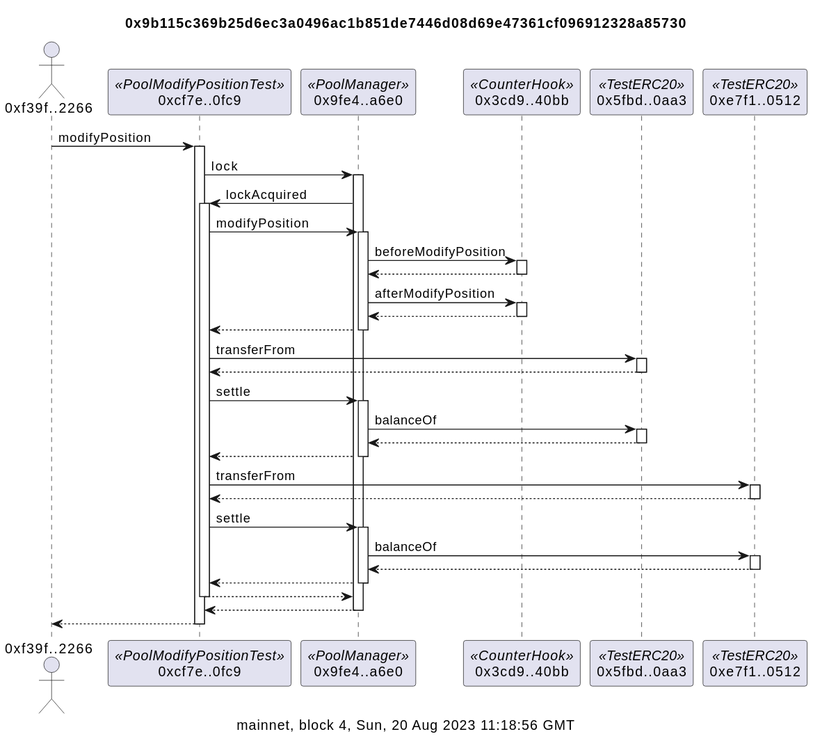
The PlantUML diagram docs/counterModifySummary.svg in naddison36/uniswap-v4-hooks, before a commit.
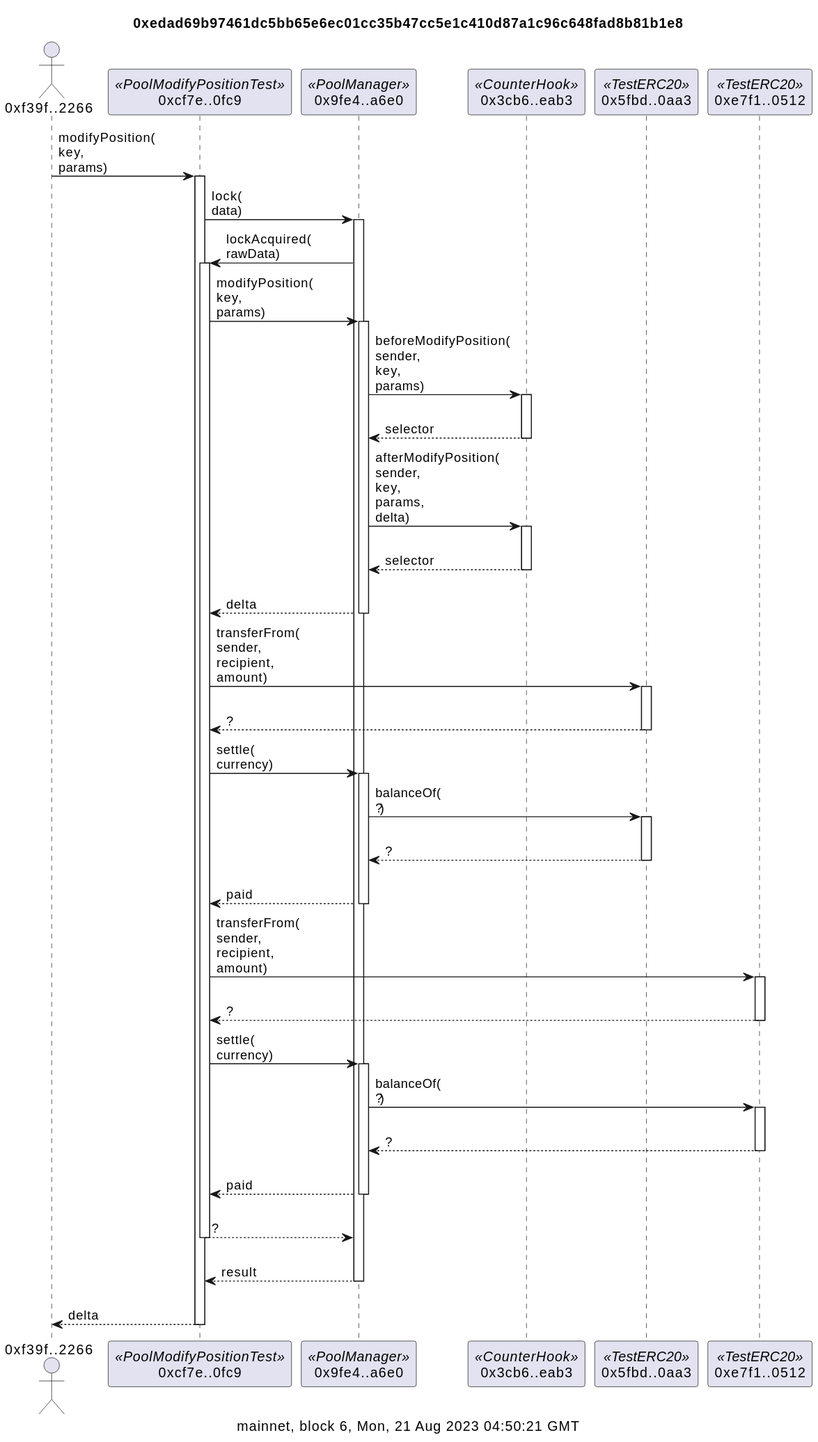
After the change.

Diff of the diagram source:
```diff
@@ -1,48 +1,48 @@
 @startuml
-title 0x9b115c369b25d6ec3a0496ac1b851de7446d08d69e47361cf096912328a85730
+title 0xedad69b97461dc5bb65e6ec01cc35b47cc5e1c410d87a1c96c648fad8b81b1e8
 
-caption mainnet, block 4, Sun, 20 Aug 2023 11:18:56 GMT
+caption mainnet, block 6, Mon, 21 Aug 2023 04:50:21 GMT
 actor "0xf39f..2266" as f39f2266
 participant "0xcf7e..0fc9" as cf7e0fc9 <<PoolModifyPositionTest>>
 participant "0x9fe4..a6e0" as 9fe4a6e0 <<PoolManager>>
-participant "0x3cd9..40bb" as 3cd940bb <<CounterHook>>
+participant "0x3cb6..eab3" as 3cb6eab3 <<CounterHook>>
 participant "0x5fbd..0aa3" as 5fbd0aa3 <<TestERC20>>
 participant "0xe7f1..0512" as e7f10512 <<TestERC20>>
 
-f39f2266 -> cf7e0fc9: modifyPosition
+f39f2266 -> cf7e0fc9: modifyPosition(\nkey,\nparams)
 activate cf7e0fc9
-cf7e0fc9 -> 9fe4a6e0: lock
+cf7e0fc9 -> 9fe4a6e0: lock(\ndata)
 activate 9fe4a6e0
-9fe4a6e0 -> cf7e0fc9: lockAcquired
+9fe4a6e0 -> cf7e0fc9: lockAcquired(\nrawData)
 activate cf7e0fc9
-cf7e0fc9 -> 9fe4a6e0: modifyPosition
+cf7e0fc9 -> 9fe4a6e0: modifyPosition(\nkey,\nparams)
 activate 9fe4a6e0
-9fe4a6e0 -> 3cd940bb: beforeModifyPosition
-activate 3cd940bb
-return
-9fe4a6e0 -> 3cd940bb: afterModifyPosition
-activate 3cd940bb
-return
-return
-cf7e0fc9 -> 5fbd0aa3: transferFrom
+9fe4a6e0 -> 3cb6eab3: beforeModifyPosition(\nsender,\nkey,\nparams)
+activate 3cb6eab3
+return\nselector
+9fe4a6e0 -> 3cb6eab3: afterModifyPosition(\nsender,\nkey,\nparams,\ndelta)
+activate 3cb6eab3
+return\nselector
+return\ndelta
+cf7e0fc9 -> 5fbd0aa3: transferFrom(\nsender,\nrecipient,\namount)
 activate 5fbd0aa3
-return
-cf7e0fc9 -> 9fe4a6e0: settle
+return\n?
+cf7e0fc9 -> 9fe4a6e0: settle(\ncurrency)
 activate 9fe4a6e0
-9fe4a6e0 -> 5fbd0aa3: balanceOf
+9fe4a6e0 -> 5fbd0aa3: balanceOf(\n?)
 activate 5fbd0aa3
-return
-return
-cf7e0fc9 -> e7f10512: transferFrom
+return\n?
+return\npaid
+cf7e0fc9 -> e7f10512: transferFrom(\nsender,\nrecipient,\namount)
 activate e7f10512
-return
-cf7e0fc9 -> 9fe4a6e0: settle
+return\n?
+cf7e0fc9 -> 9fe4a6e0: settle(\ncurrency)
 activate 9fe4a6e0
-9fe4a6e0 -> e7f10512: balanceOf
+9fe4a6e0 -> e7f10512: balanceOf(\n?)
 activate e7f10512
-return
-return
-return
-return
-return
+return\n?
+return\npaid
+return\n?
+return\nresult
+return\ndelta
 @enduml
```
